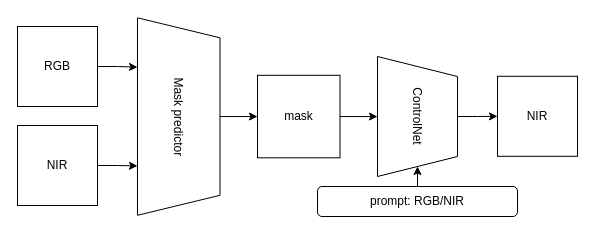
The draw.io diagram page "第 1 页" (1 of 3) of 未命名绘图.drawio in RaccoonDML/ControlNet, before the edit. Source tidied: cells renumbered, new cells numbered last; positions are measured from the earlier drawing's top-left corner, leaving out a move shared by most shapes. Both pictures are drawn from the tidied source at 100%, with x=0, y=0 at pixel (17, 26).
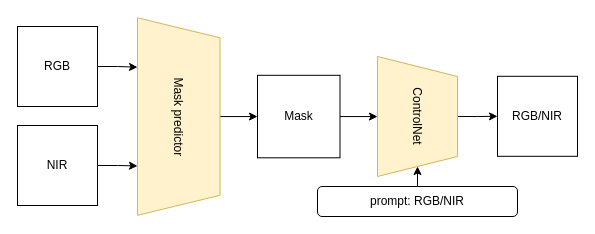
The same diagram, later.

Commit message:
更新未命名绘图.drawio

What changed in the source:
```diff
@@
 <mxGraphModel>
   <root>
     <mxCell id="0" />
     <mxCell id="1" parent="0" />
     <mxCell id="2" style="edgeStyle=orthogonalEdgeStyle;rounded=0;jettySize=auto;html=1;exitX=1;exitY=0.5;exitDx=0;exitDy=0;entryX=0.5;entryY=1;entryDx=0;entryDy=0;" parent="1" edge="1" source="3" target="11">
       <mxGeometry relative="1" as="geometry" />
     </mxCell>
-    <mxCell id="3" value="mask" style="whiteSpace=wrap;html=1;" parent="1" vertex="1">
+    <mxCell id="3" value="Mask" style="whiteSpace=wrap;html=1;" parent="1" vertex="1">
       <mxGeometry x="240" y="48.8" width="82.5" height="82.5" as="geometry" />
     </mxCell>
     <mxCell id="4" style="edgeStyle=orthogonalEdgeStyle;rounded=0;jettySize=auto;html=1;entryX=0.75;entryY=1;entryDx=0;entryDy=0;" parent="1" edge="1" source="5" target="9">
       <mxGeometry relative="1" as="geometry" />
     </mxCell>
     <mxCell id="5" value="NIR" style="whiteSpace=wrap;html=1;" parent="1" vertex="1">
       <mxGeometry y="99" width="80" height="80" as="geometry" />
     </mxCell>
     <mxCell id="6" style="edgeStyle=orthogonalEdgeStyle;rounded=0;jettySize=auto;html=1;exitX=1;exitY=0.5;exitDx=0;exitDy=0;entryX=0.25;entryY=1;entryDx=0;entryDy=0;" parent="1" edge="1" source="7" target="9">
       <mxGeometry relative="1" as="geometry" />
     </mxCell>
     <mxCell id="7" value="RGB" style="whiteSpace=wrap;html=1;" parent="1" vertex="1">
       <mxGeometry width="80" height="80" as="geometry" />
     </mxCell>
     <mxCell id="8" style="edgeStyle=orthogonalEdgeStyle;rounded=0;jettySize=auto;html=1;exitX=0.5;exitY=0;exitDx=0;exitDy=0;entryX=0;entryY=0.5;entryDx=0;entryDy=0;" parent="1" edge="1" source="9" target="3">
       <mxGeometry relative="1" as="geometry" />
     </mxCell>
-    <mxCell id="9" value="Mask predictor" style="shape=trapezoid;perimeter=trapezoidPerimeter;whiteSpace=wrap;html=1;fixedSize=1;rotation=90;" parent="1" vertex="1">
+    <mxCell id="9" value="Mask predictor" style="shape=trapezoid;perimeter=trapezoidPerimeter;whiteSpace=wrap;html=1;fixedSize=1;rotation=90;fillColor=#fff2cc;strokeColor=#d6b656;" parent="1" vertex="1">
       <mxGeometry x="62.5" y="48.8" width="197.5" height="82.5" as="geometry" />
     </mxCell>
     <mxCell id="10" style="edgeStyle=orthogonalEdgeStyle;rounded=0;jettySize=auto;html=1;exitX=0.5;exitY=0;exitDx=0;exitDy=0;entryX=0;entryY=0.5;entryDx=0;entryDy=0;" parent="1" edge="1" source="11" target="12">
       <mxGeometry relative="1" as="geometry" />
     </mxCell>
-    <mxCell id="11" value="ControlNet" style="shape=trapezoid;perimeter=trapezoidPerimeter;whiteSpace=wrap;html=1;fixedSize=1;rotation=90;" parent="1" vertex="1">
+    <mxCell id="11" value="ControlNet" style="shape=trapezoid;perimeter=trapezoidPerimeter;whiteSpace=wrap;html=1;fixedSize=1;rotation=90;fillColor=#fff2cc;strokeColor=#d6b656;" parent="1" vertex="1">
       <mxGeometry x="340" y="50" width="120" height="80" as="geometry" />
     </mxCell>
-    <mxCell id="12" value="NIR" style="whiteSpace=wrap;html=1;" parent="1" vertex="1">
+    <mxCell id="12" value="RGB/NIR" style="whiteSpace=wrap;html=1;" parent="1" vertex="1">
       <mxGeometry x="480" y="49.8" width="80" height="80" as="geometry" />
     </mxCell>
     <mxCell id="13" style="edgeStyle=orthogonalEdgeStyle;rounded=0;jettySize=auto;html=1;exitX=0.5;exitY=0;exitDx=0;exitDy=0;entryX=1;entryY=0.5;entryDx=0;entryDy=0;" parent="1" edge="1" source="14" target="11">
       <mxGeometry relative="1" as="geometry" />
     </mxCell>
     <mxCell id="14" value="prompt: RGB/NIR" style="rounded=1;whiteSpace=wrap;html=1;" parent="1" vertex="1">
       <mxGeometry x="300" y="160" width="200" height="30" as="geometry" />
     </mxCell>
   </root>
 </mxGraphModel>
```
